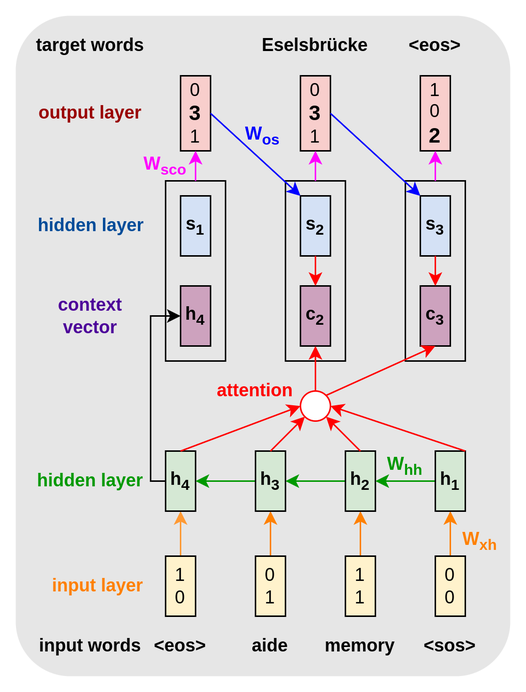
Earlier version of the draw.io export assets/img/dl-series/2h-attention.png (tostenzel/tostenzel.github.io). Source tidied: cells renumbered, new cells last; positions are measured from the earlier drawing's top-left corner, leaving out a move shared by most shapes.
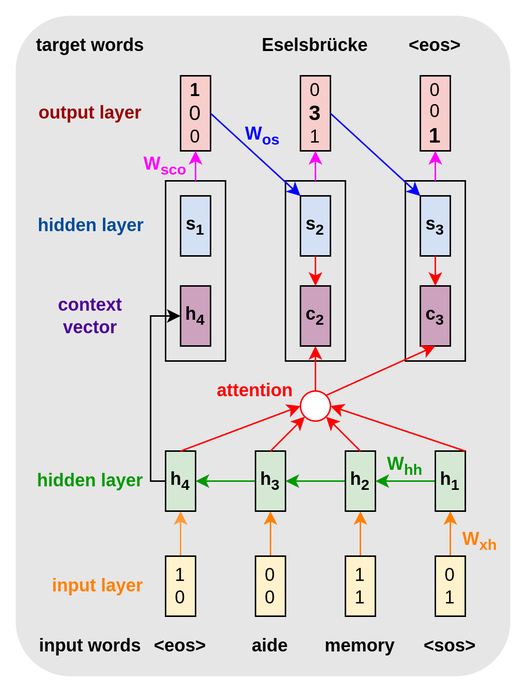
The same file after the commit.

The edit, as a diff of the source:
```diff
@@ -20,7 +20,7 @@
     <mxCell id="7" style="edgeStyle=orthogonalEdgeStyle;rounded=0;jettySize=auto;html=1;fillColor=#FF8000;strokeColor=#FF8000;" parent="1" edge="1" source="8" target="18">
       <mxGeometry relative="1" as="geometry" />
     </mxCell>
-    <mxCell id="8" value="0&lt;br&gt;1" style="rounded=0;whiteSpace=wrap;html=1;fillColor=#FFF2CC;" parent="1" vertex="1">
+    <mxCell id="8" value="0&lt;br&gt;0" style="rounded=0;whiteSpace=wrap;html=1;fillColor=#FFF2CC;" parent="1" vertex="1">
       <mxGeometry x="170" y="370" width="20" height="40" as="geometry" />
     </mxCell>
     <mxCell id="9" style="edgeStyle=orthogonalEdgeStyle;rounded=0;jettySize=auto;html=1;fillColor=#FF8000;strokeColor=#FF8000;" parent="1" edge="1" source="10" target="16">
@@ -32,7 +32,7 @@
     <mxCell id="11" style="edgeStyle=orthogonalEdgeStyle;rounded=0;jettySize=auto;html=1;strokeColor=#FF8000;" parent="1" edge="1" source="12" target="20">
       <mxGeometry relative="1" as="geometry" />
     </mxCell>
-    <mxCell id="12" value="0&lt;br&gt;0" style="rounded=0;whiteSpace=wrap;html=1;fillColor=#FFF2CC;" parent="1" vertex="1">
+    <mxCell id="12" value="0&lt;br&gt;1" style="rounded=0;whiteSpace=wrap;html=1;fillColor=#FFF2CC;" parent="1" vertex="1">
       <mxGeometry x="290" y="370" width="20" height="40" as="geometry" />
     </mxCell>
     <mxCell id="13" style="edgeStyle=orthogonalEdgeStyle;rounded=0;jettySize=auto;html=1;entryX=0;entryY=0.5;entryDx=0;entryDy=0;strokeColor=#000000;" parent="1" edge="1" source="14" target="35">
@@ -72,7 +72,7 @@
     <mxCell id="21" value="&lt;font style=&quot;&quot;&gt;0&lt;br&gt;&lt;/font&gt;&lt;font style=&quot;font-weight: bold; font-size: 14px;&quot;&gt;3&lt;/font&gt;&lt;br&gt;1" style="rounded=0;whiteSpace=wrap;html=1;fillColor=#F8CECC;" parent="1" vertex="1">
       <mxGeometry x="200" y="50" width="20" height="50" as="geometry" />
     </mxCell>
-    <mxCell id="22" value="1&lt;br&gt;0&lt;br&gt;&lt;b style=&quot;border-color: var(--border-color);&quot;&gt;&lt;font style=&quot;border-color: var(--border-color); font-size: 14px;&quot;&gt;2&lt;br style=&quot;border-color: var(--border-color);&quot;&gt;&lt;/font&gt;&lt;/b&gt;" style="rounded=0;whiteSpace=wrap;html=1;fillColor=#F8CECC;" parent="1" vertex="1">
+    <mxCell id="22" value="0&lt;br&gt;0&lt;br&gt;&lt;b style=&quot;border-color: var(--border-color);&quot;&gt;&lt;font style=&quot;border-color: var(--border-color); font-size: 14px;&quot;&gt;1&lt;br style=&quot;border-color: var(--border-color);&quot;&gt;&lt;/font&gt;&lt;/b&gt;" style="rounded=0;whiteSpace=wrap;html=1;fillColor=#F8CECC;" parent="1" vertex="1">
       <mxGeometry x="280" y="50" width="20" height="50" as="geometry" />
     </mxCell>
     <mxCell id="23" value="&lt;font color=&quot;#009900&quot;&gt;&lt;b&gt;W&lt;sub&gt;hh&lt;/sub&gt;&lt;/b&gt;&lt;/font&gt;" style="rounded=0;whiteSpace=wrap;html=1;fillColor=none;strokeColor=none;shadow=0;" parent="1" vertex="1">
@@ -143,7 +143,7 @@
     <mxCell id="44" style="endArrow=classic;html=1;rounded=0;strokeColor=#FF0000;exitX=0.5;exitY=0;exitDx=0;exitDy=0;entryX=0;entryY=1;entryDx=0;entryDy=0;" parent="1" edge="1" source="18" target="40">
       <mxGeometry relative="1" as="geometry" />
     </mxCell>
-    <mxCell id="45" value="&lt;font style=&quot;&quot;&gt;0&lt;br&gt;&lt;/font&gt;&lt;font style=&quot;font-weight: bold; font-size: 14px;&quot;&gt;3&lt;/font&gt;&lt;br&gt;1" style="rounded=0;whiteSpace=wrap;html=1;fillColor=#F8CECC;" parent="1" vertex="1">
+    <mxCell id="45" value="&lt;font style=&quot;&quot;&gt;&lt;b&gt;1&lt;/b&gt;&lt;br&gt;&lt;/font&gt;&lt;span style=&quot;font-size: 14px;&quot;&gt;0&lt;/span&gt;&lt;br&gt;0" style="rounded=0;whiteSpace=wrap;html=1;fillColor=#F8CECC;" parent="1" vertex="1">
       <mxGeometry x="120" y="50" width="20" height="50" as="geometry" />
     </mxCell>
     <mxCell id="46" style="rounded=0;whiteSpace=wrap;html=1;strokeColor=#000000;fillColor=none;" parent="1" vertex="1">
```
